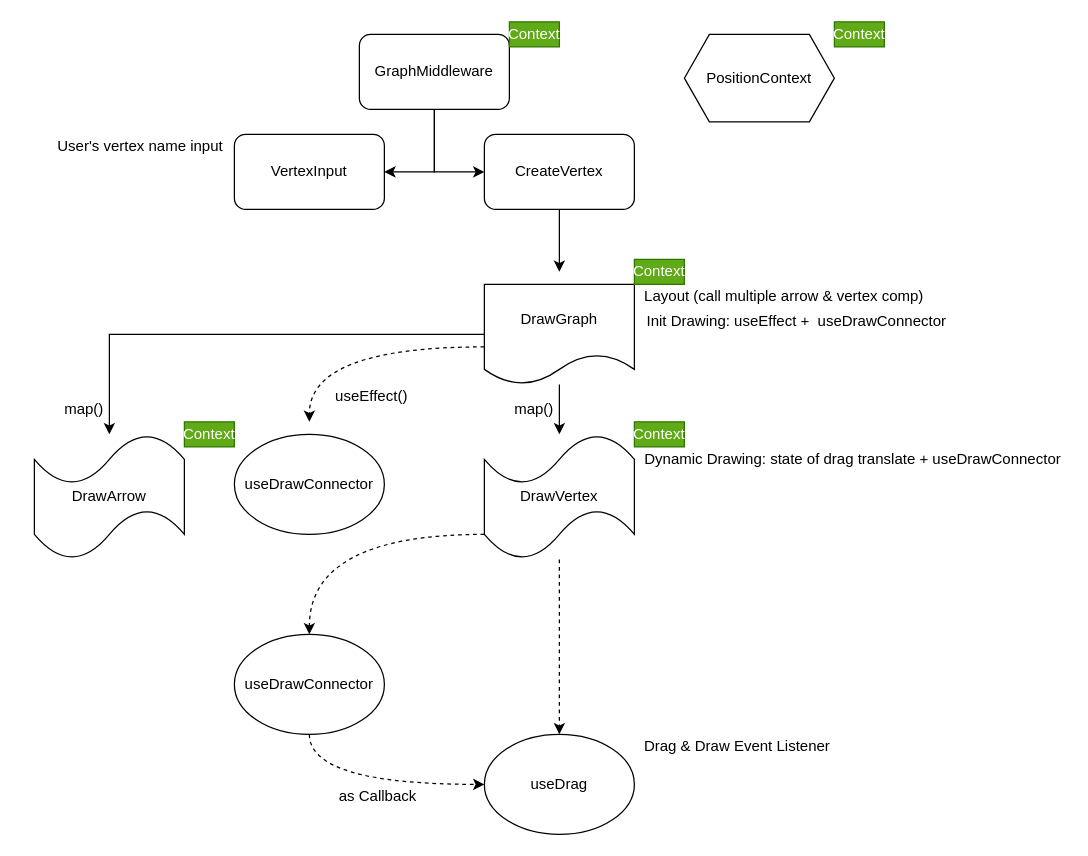
Above: dag_graph.drawio in benson00077/dag_graph (draw.io), before the change. Source tidied: cells renumbered, new cells numbered last; positions are measured from the earlier drawing's top-left corner, leaving out a move shared by most shapes. Both pictures are drawn from the tidied source at 125%, with x=0, y=0 at pixel (34, 21).
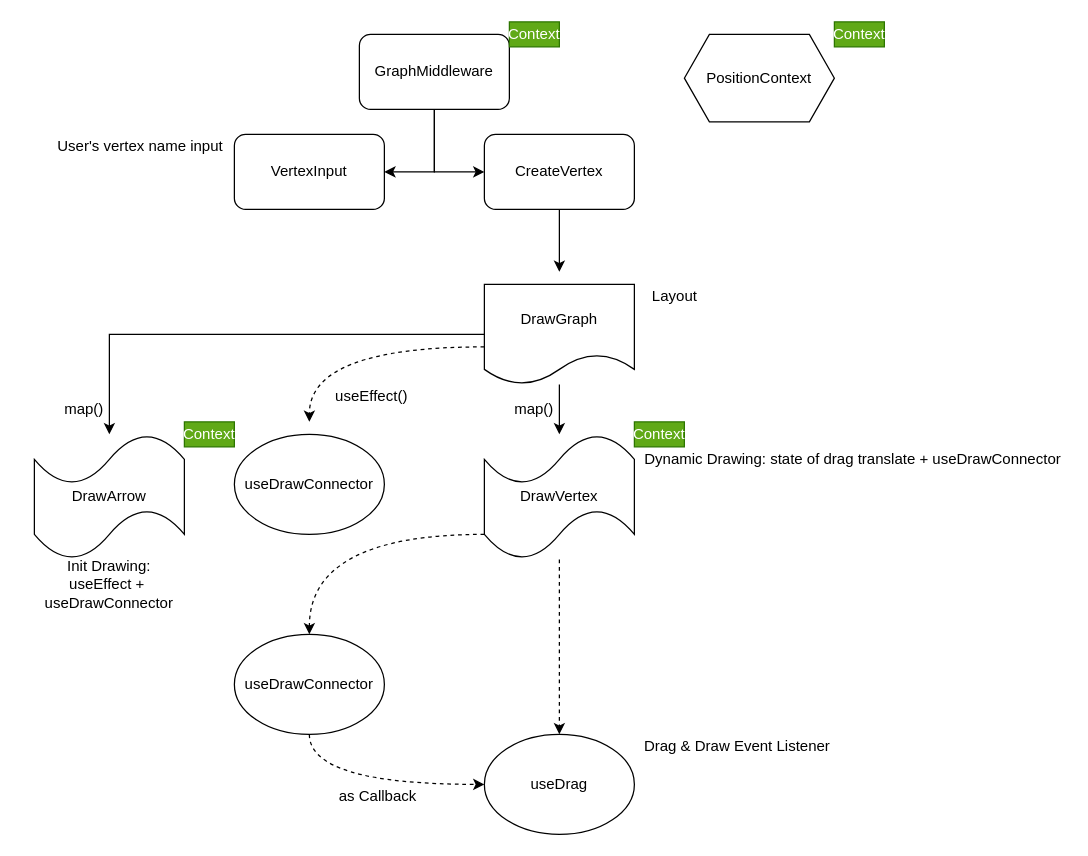
After the change.

The edit, as a diff of the source:
```diff
@@
-    <mxCell id="8" value="Layout (call multiple arrow &amp;amp; vertex comp)" style="text;html=1;strokeColor=none;fillColor=none;align=center;verticalAlign=middle;whiteSpace=wrap;rounded=0;" parent="1" vertex="1">
-      <mxGeometry x="485" y="210" width="230" height="20" as="geometry" />
+    <mxCell id="8" value="Layout" style="text;html=1;strokeColor=none;fillColor=none;align=center;verticalAlign=middle;whiteSpace=wrap;rounded=0;" parent="1" vertex="1">
+      <mxGeometry x="485" y="210" width="55" height="20" as="geometry" />
     </mxCell>
-    <mxCell id="9" value="Init Drawing: useEffect +&amp;nbsp; useDrawConnector" style="text;html=1;strokeColor=none;fillColor=none;align=center;verticalAlign=middle;whiteSpace=wrap;rounded=0;" parent="1" vertex="1">
-      <mxGeometry x="485" y="230" width="250" height="20" as="geometry" />
-    </mxCell>
@@
-    <mxCell id="33" value="Context" style="text;html=1;strokeColor=#2D7600;fillColor=#60a917;align=center;verticalAlign=middle;whiteSpace=wrap;rounded=0;fontColor=#ffffff;" parent="1" vertex="1">
-      <mxGeometry x="480" y="190" width="40" height="20" as="geometry" />
-    </mxCell>
@@
+    <mxCell id="9" value="Init Drawing: &lt;br&gt;useEffect +&amp;nbsp; &lt;br&gt;useDrawConnector" style="text;html=1;strokeColor=none;fillColor=none;align=center;verticalAlign=middle;whiteSpace=wrap;rounded=0;" parent="1" vertex="1">
+      <mxGeometry x="-10" y="440" width="140" height="20" as="geometry" />
+    </mxCell>
```
